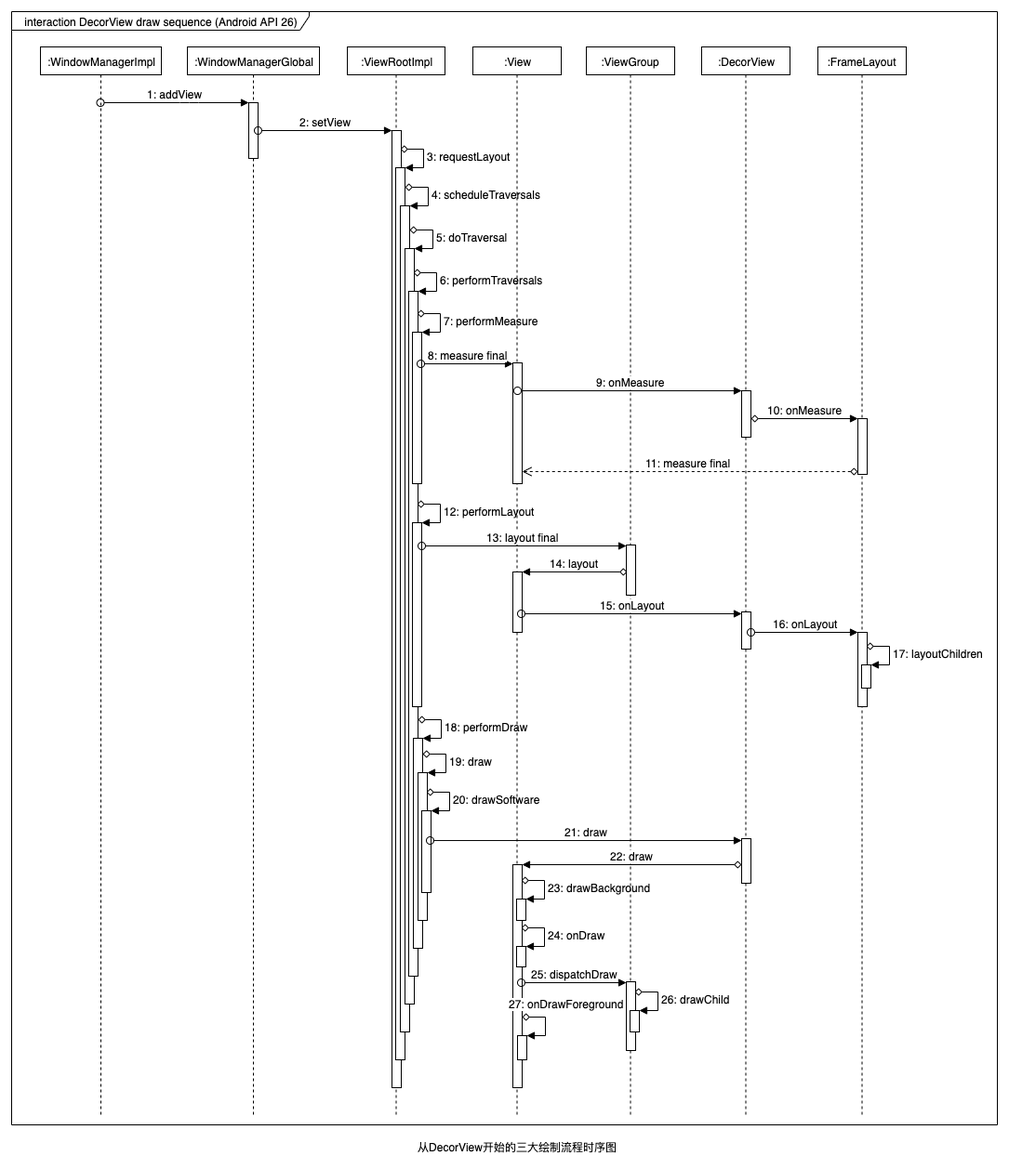
Above: show/decorview_3draw_sequence.png in tianyalu/AndroidSourceCode26 (draw.io), before the change. Source tidied: cells renumbered, new cells last; positions are measured from the earlier drawing's top-left corner, leaving out a move shared by most shapes.
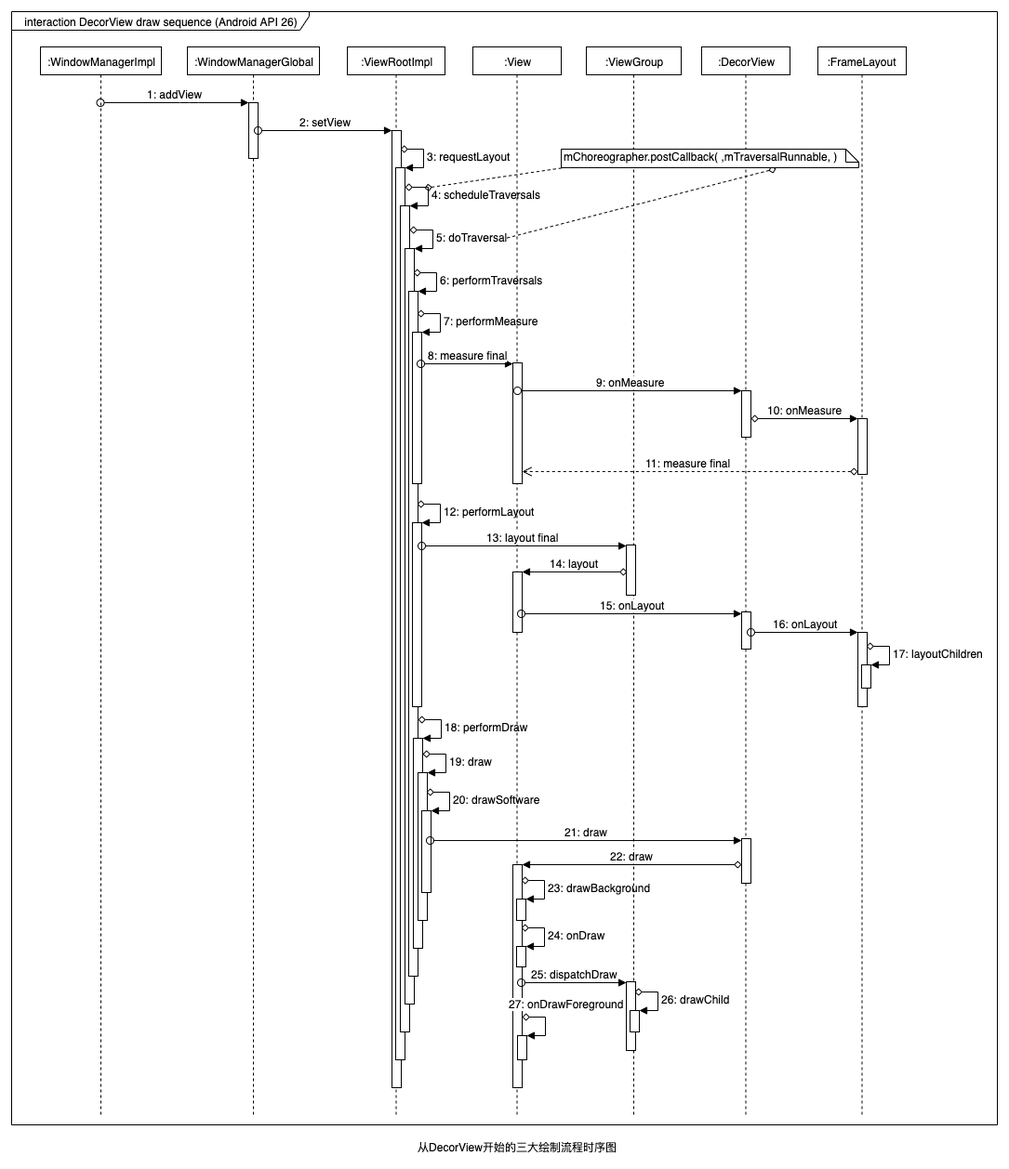
After the commit.

Commit message:
修改时序图

What changed in the source:
```diff
@@ -163,7 +163,7 @@
       </mxGeometry>
     </mxCell>
     <mxCell id="35" value=":ViewGroup" style="shape=umlLifeline;perimeter=lifelinePerimeter;whiteSpace=wrap;html=1;rounded=0;strokeColor=#000000;strokeWidth=1;fillColor=#ffffff;fontColor=#000000;size=30;" parent="1" vertex="1">
-      <mxGeometry x="618" y="38" width="95" height="1150" as="geometry" />
+      <mxGeometry x="618" y="38" width="102" height="1150" as="geometry" />
     </mxCell>
     <mxCell id="36" style="html=1;perimeter=orthogonalPerimeter;rounded=0;strokeColor=#000000;strokeWidth=1;fillColor=#ffffff;fontColor=#000000;" parent="35" vertex="1">
       <mxGeometry x="43" y="536" width="10" height="54" as="geometry" />
@@ -182,6 +182,11 @@
         </Array>
       </mxGeometry>
     </mxCell>
+    <mxCell id="64" style="endArrow=none;dashed=1;html=1;strokeColor=#000000;strokeWidth=1;fontColor=#000000;exitX=0.722;exitY=1.05;exitDx=0;exitDy=0;exitPerimeter=0;" parent="35" edge="1" source="65">
+      <mxGeometry relative="1" as="geometry">
+        <mxPoint x="-87" y="206" as="targetPoint" />
+      </mxGeometry>
+    </mxCell>
     <mxCell id="40" value=":DecorView" style="shape=umlLifeline;perimeter=lifelinePerimeter;whiteSpace=wrap;html=1;rounded=0;strokeColor=#000000;strokeWidth=1;fillColor=#ffffff;fontColor=#000000;size=30;" parent="1" vertex="1">
       <mxGeometry x="742" y="38" width="95" height="1150" as="geometry" />
     </mxCell>
@@ -277,5 +282,14 @@
         <mxPoint x="661" y="1045" as="targetPoint" />
       </mxGeometry>
     </mxCell>
+    <mxCell id="65" value="mChoreographer.postCallback( ,mTraversalRunnable, )" style="shape=note;whiteSpace=wrap;html=1;size=14;verticalAlign=top;align=left;spacingTop=-6;rounded=0;strokeColor=#000000;strokeWidth=1;fillColor=#ffffff;fontColor=#000000;" parent="1" vertex="1">
+      <mxGeometry x="591" y="148" width="320" height="20" as="geometry" />
+    </mxCell>
+    <mxCell id="66" style="endArrow=none;dashed=1;html=1;strokeColor=#000000;strokeWidth=1;fontColor=#000000;" parent="1" edge="1">
+      <mxGeometry relative="1" as="geometry">
+        <mxPoint x="444" y="190" as="sourcePoint" />
+        <mxPoint x="594" y="168" as="targetPoint" />
+      </mxGeometry>
+    </mxCell>
   </root>
 </mxGraphModel>
```
